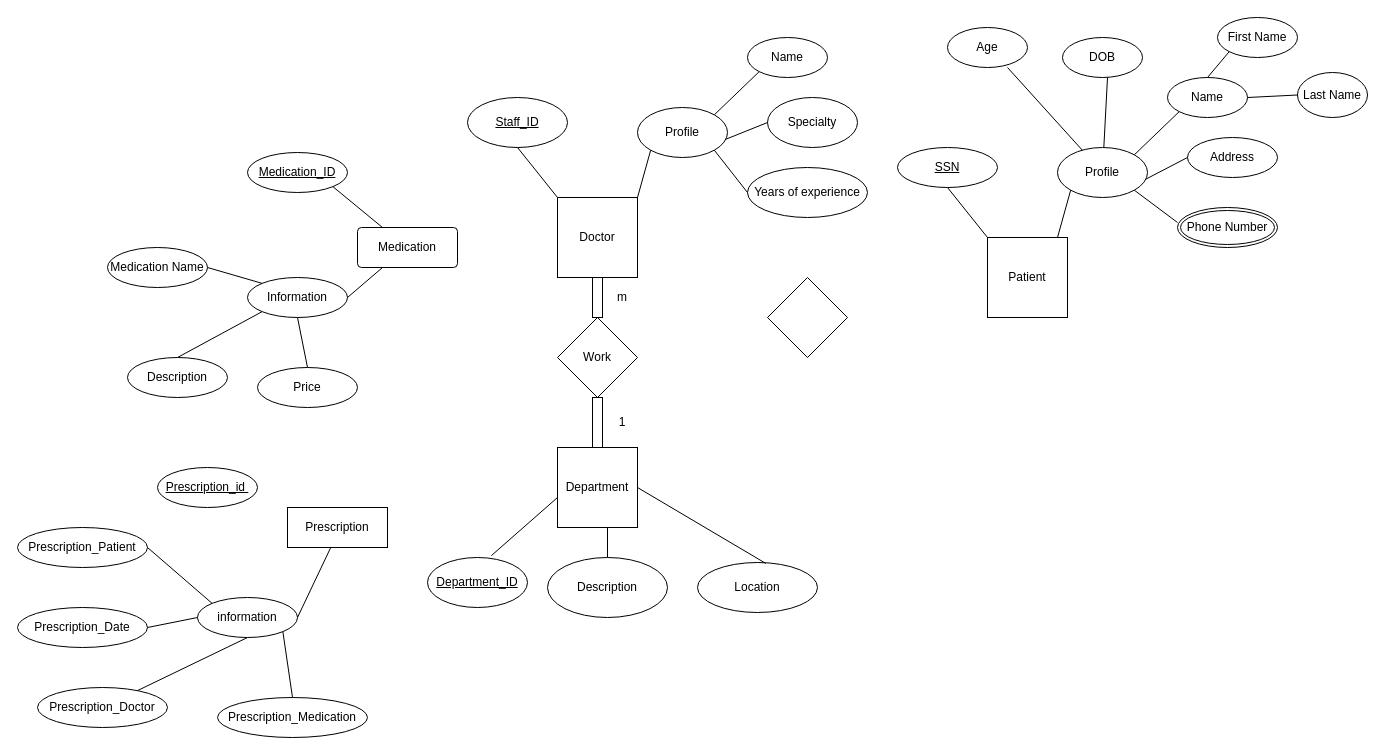
This is Untitled Diagram.drawio from yun-2000/yun-2000, a draw.io file, before an edit. Source tidied: cells renumbered, new cells numbered last; positions are measured from the earlier drawing's top-left corner, leaving out a move shared by most shapes. Both pictures are drawn from the tidied source at 100%, with x=0, y=0 at pixel (17, 17).
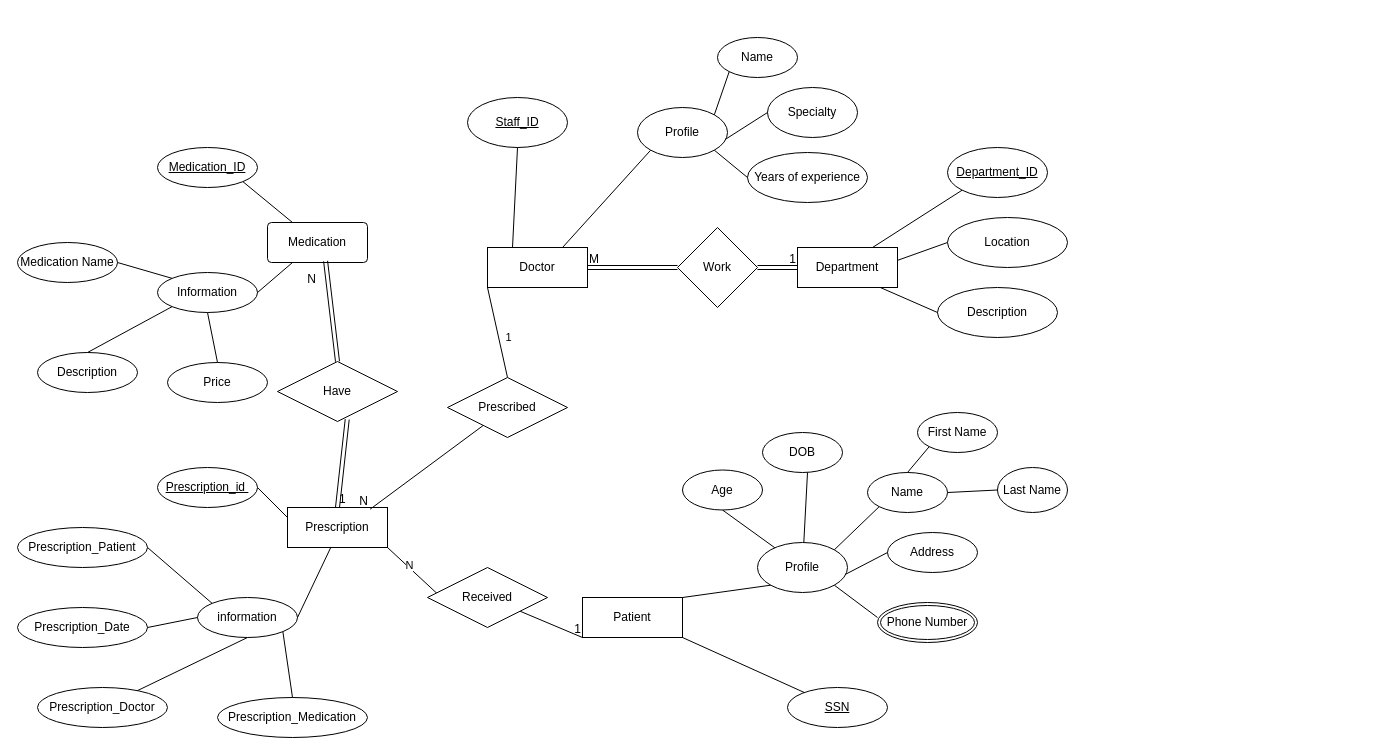
The same page after the edit.

The change refers to these unchanged cells:
```xml
<mxCell id="3" value="&lt;u&gt;Staff_ID&lt;/u&gt;" style="ellipse;whiteSpace=wrap;html=1;" parent="1" vertex="1">
  <mxGeometry x="450" y="80" width="100" height="50" as="geometry" />
</mxCell>
<mxCell id="4" value="Profile" style="ellipse;whiteSpace=wrap;html=1;" parent="1" vertex="1">
  <mxGeometry x="620" y="90" width="90" height="50" as="geometry" />
</mxCell>
<mxCell id="56" value="Prescription" style="whiteSpace=wrap;html=1;align=center;" parent="1" vertex="1">
  <mxGeometry x="270" y="490" width="100" height="40" as="geometry" />
</mxCell>
<mxCell id="57" value="&lt;u&gt;Prescription_id&amp;nbsp;&lt;/u&gt;" style="ellipse;whiteSpace=wrap;html=1;align=center;" parent="1" vertex="1">
  <mxGeometry x="140" y="450" width="100" height="40" as="geometry" />
</mxCell>
```

Change to the diagram source:
```diff
@@
-    <mxCell id="2" value="Doctor" style="whiteSpace=wrap;html=1;" parent="1" vertex="1">
-      <mxGeometry x="540" y="180" width="80" height="80" as="geometry" />
-    </mxCell>
@@
     <mxCell id="5" value="Name" style="ellipse;whiteSpace=wrap;html=1;" parent="1" vertex="1">
-      <mxGeometry x="730" y="20" width="80" height="40" as="geometry" />
+      <mxGeometry x="700" y="20" width="80" height="40" as="geometry" />
     </mxCell>
     <mxCell id="6" value="Specialty" style="ellipse;whiteSpace=wrap;html=1;" parent="1" vertex="1">
-      <mxGeometry x="750" y="80" width="90" height="50" as="geometry" />
+      <mxGeometry x="750" y="70" width="90" height="50" as="geometry" />
     </mxCell>
     <mxCell id="7" value="Years of experience" style="ellipse;whiteSpace=wrap;html=1;" parent="1" vertex="1">
-      <mxGeometry x="730" y="150" width="120" height="50" as="geometry" />
+      <mxGeometry x="730" y="135" width="120" height="50" as="geometry" />
     </mxCell>
@@
-    <mxCell id="11" style="endArrow=none;html=1;rounded=0;entryX=0;entryY=1;entryDx=0;entryDy=0;exitX=1;exitY=0;exitDx=0;exitDy=0;" parent="1" edge="1" source="2" target="4">
+    <mxCell id="11" style="endArrow=none;html=1;rounded=0;entryX=0;entryY=1;entryDx=0;entryDy=0;exitX=0.75;exitY=0;exitDx=0;exitDy=0;" parent="1" edge="1" source="2" target="4">
       <mxGeometry relative="1" as="geometry" />
     </mxCell>
-    <mxCell id="12" style="endArrow=none;html=1;rounded=0;entryX=0;entryY=0;entryDx=0;entryDy=0;exitX=0.5;exitY=1;exitDx=0;exitDy=0;" parent="1" edge="1" source="3" target="2">
+    <mxCell id="12" style="endArrow=none;html=1;rounded=0;entryX=0.25;entryY=0;entryDx=0;entryDy=0;exitX=0.5;exitY=1;exitDx=0;exitDy=0;" parent="1" edge="1" source="3" target="2">
       <mxGeometry relative="1" as="geometry" />
     </mxCell>
-    <mxCell id="13" value="Department" style="whiteSpace=wrap;html=1;" parent="1" vertex="1">
-      <mxGeometry x="540" y="430" width="80" height="80" as="geometry" />
-    </mxCell>
     <mxCell id="14" value="&lt;u&gt;Department_ID&lt;/u&gt;" style="ellipse;whiteSpace=wrap;html=1;" parent="1" vertex="1">
-      <mxGeometry x="410" y="540" width="100" height="50" as="geometry" />
+      <mxGeometry x="930" y="130" width="100" height="50" as="geometry" />
     </mxCell>
     <mxCell id="15" value="Description" style="ellipse;whiteSpace=wrap;html=1;" parent="1" vertex="1">
-      <mxGeometry x="530" y="540" width="120" height="60" as="geometry" />
+      <mxGeometry x="920" y="270" width="120" height="50" as="geometry" />
     </mxCell>
     <mxCell id="16" value="Location" style="ellipse;whiteSpace=wrap;html=1;" parent="1" vertex="1">
-      <mxGeometry x="680" y="545" width="120" height="50" as="geometry" />
+      <mxGeometry x="930" y="200" width="120" height="50" as="geometry" />
     </mxCell>
-    <mxCell id="17" style="endArrow=none;html=1;rounded=0;exitX=0.639;exitY=-0.038;exitDx=0;exitDy=0;exitPerimeter=0;" parent="1" edge="1" source="14">
-      <mxGeometry relative="1" as="geometry">
-        <mxPoint x="540" y="480" as="targetPoint" />
-      </mxGeometry>
+    <mxCell id="17" style="endArrow=none;html=1;rounded=0;exitX=0;exitY=1;exitDx=0;exitDy=0;entryX=0.75;entryY=0;entryDx=0;entryDy=0;" parent="1" edge="1" source="14" target="13">
+      <mxGeometry relative="1" as="geometry" />
     </mxCell>
-    <mxCell id="18" style="endArrow=none;html=1;rounded=0;entryX=0.569;entryY=0.018;entryDx=0;entryDy=0;entryPerimeter=0;" parent="1" edge="1" target="16">
+    <mxCell id="18" style="endArrow=none;html=1;rounded=0;entryX=0;entryY=0.5;entryDx=0;entryDy=0;exitX=1;exitY=0.5;exitDx=0;exitDy=0;" parent="1" edge="1" target="16">
       <mxGeometry relative="1" as="geometry">
-        <mxPoint x="620" y="470" as="sourcePoint" />
+        <mxPoint x="860" y="250" as="sourcePoint" />
       </mxGeometry>
     </mxCell>
-    <mxCell id="19" style="endArrow=none;html=1;rounded=0;exitX=0.5;exitY=0;exitDx=0;exitDy=0;" parent="1" edge="1" source="15">
-      <mxGeometry relative="1" as="geometry">
-        <mxPoint x="590" y="510" as="targetPoint" />
-      </mxGeometry>
+    <mxCell id="19" style="endArrow=none;html=1;rounded=0;exitX=0;exitY=0.5;exitDx=0;exitDy=0;entryX=0.826;entryY=0.998;entryDx=0;entryDy=0;entryPerimeter=0;" parent="1" edge="1" source="15" target="13">
+      <mxGeometry relative="1" as="geometry" />
     </mxCell>
-    <mxCell id="20" value="Work" style="rhombus;whiteSpace=wrap;html=1;" parent="1" vertex="1">
-      <mxGeometry x="540" y="300" width="80" height="80" as="geometry" />
-    </mxCell>
-    <mxCell id="21" style="html=1;perimeter=orthogonalPerimeter;targetShapes=umlLifeline;newEdgeStyle={&quot;curved&quot;:0,&quot;rounded&quot;:0};" parent="1" vertex="1">
-      <mxGeometry x="575" y="260" width="10" height="40" as="geometry" />
-    </mxCell>
-    <mxCell id="22" value="&lt;div&gt;m&lt;/div&gt;" style="text;html=1;align=center;verticalAlign=middle;whiteSpace=wrap;rounded=0;" parent="1" vertex="1">
-      <mxGeometry x="590" y="270" width="30" height="20" as="geometry" />
-    </mxCell>
-    <mxCell id="23" style="html=1;perimeter=orthogonalPerimeter;targetShapes=umlLifeline;newEdgeStyle={&quot;curved&quot;:0,&quot;rounded&quot;:0};" parent="1" vertex="1">
-      <mxGeometry x="575" y="380" width="10" height="50" as="geometry" />
-    </mxCell>
-    <mxCell id="24" value="1" style="text;html=1;align=center;verticalAlign=middle;whiteSpace=wrap;rounded=0;" parent="1" vertex="1">
-      <mxGeometry x="575" y="390" width="60" height="30" as="geometry" />
-    </mxCell>
-    <mxCell id="25" value="Patient" style="whiteSpace=wrap;html=1;" parent="1" vertex="1">
-      <mxGeometry x="970" y="220" width="80" height="80" as="geometry" />
-    </mxCell>
-    <mxCell id="26" style="rhombus;whiteSpace=wrap;html=1;" parent="1" vertex="1">
-      <mxGeometry x="750" y="260" width="80" height="80" as="geometry" />
-    </mxCell>
     <mxCell id="27" value="&lt;u&gt;SSN&lt;/u&gt;" style="ellipse;whiteSpace=wrap;html=1;" parent="1" vertex="1">
-      <mxGeometry x="880" y="130" width="100" height="40" as="geometry" />
+      <mxGeometry x="770" y="670" width="100" height="40" as="geometry" />
     </mxCell>
     <mxCell id="28" value="Profile" style="ellipse;whiteSpace=wrap;html=1;" parent="1" vertex="1">
-      <mxGeometry x="1040" y="130" width="90" height="50" as="geometry" />
+      <mxGeometry x="740" y="525" width="90" height="50" as="geometry" />
     </mxCell>
     <mxCell id="29" value="Name" style="ellipse;whiteSpace=wrap;html=1;" parent="1" vertex="1">
-      <mxGeometry x="1150" y="60" width="80" height="40" as="geometry" />
+      <mxGeometry x="850" y="455" width="80" height="40" as="geometry" />
     </mxCell>
     <mxCell id="30" value="Address" style="ellipse;whiteSpace=wrap;html=1;" parent="1" vertex="1">
-      <mxGeometry x="1170" y="120" width="90" height="40" as="geometry" />
+      <mxGeometry x="870" y="515" width="90" height="40" as="geometry" />
     </mxCell>
     <mxCell id="31" style="endArrow=none;html=1;rounded=0;exitX=0;exitY=0.5;exitDx=0;exitDy=0;entryX=1;entryY=1;entryDx=0;entryDy=0;" parent="1" edge="1" target="28">
       <mxGeometry relative="1" as="geometry">
-        <mxPoint x="1160" y="205" as="sourcePoint" />
+        <mxPoint x="860" y="600" as="sourcePoint" />
       </mxGeometry>
     </mxCell>
@@
-    <mxCell id="34" style="endArrow=none;html=1;rounded=0;entryX=0;entryY=1;entryDx=0;entryDy=0;exitX=1;exitY=0;exitDx=0;exitDy=0;" parent="1" edge="1" target="28">
-      <mxGeometry relative="1" as="geometry">
-        <mxPoint x="1040" y="220" as="sourcePoint" />
-      </mxGeometry>
+    <mxCell id="34" style="endArrow=none;html=1;rounded=0;entryX=0;entryY=1;entryDx=0;entryDy=0;exitX=1;exitY=0;exitDx=0;exitDy=0;" parent="1" edge="1" source="25" target="28">
+      <mxGeometry relative="1" as="geometry" />
     </mxCell>
-    <mxCell id="35" style="endArrow=none;html=1;rounded=0;entryX=0;entryY=0;entryDx=0;entryDy=0;exitX=0.5;exitY=1;exitDx=0;exitDy=0;" parent="1" edge="1" source="27">
-      <mxGeometry relative="1" as="geometry">
-        <mxPoint x="970" y="220" as="targetPoint" />
-      </mxGeometry>
+    <mxCell id="35" style="endArrow=none;html=1;rounded=0;exitX=1;exitY=1;exitDx=0;exitDy=0;" parent="1" edge="1" source="25" target="27">
+      <mxGeometry relative="1" as="geometry" />
     </mxCell>
     <mxCell id="36" value="First Name" style="ellipse;whiteSpace=wrap;html=1;" parent="1" vertex="1">
-      <mxGeometry x="1200" width="80" height="40" as="geometry" />
+      <mxGeometry x="900" y="395" width="80" height="40" as="geometry" />
     </mxCell>
     <mxCell id="37" value="Last Name" style="ellipse;whiteSpace=wrap;html=1;" parent="1" vertex="1">
-      <mxGeometry x="1280" y="55" width="70" height="45" as="geometry" />
+      <mxGeometry x="980" y="450" width="70" height="45" as="geometry" />
     </mxCell>
@@
     <mxCell id="40" value="Phone Number" style="ellipse;shape=doubleEllipse;margin=3;whiteSpace=wrap;html=1;align=center;" parent="1" vertex="1">
-      <mxGeometry x="1160" y="190" width="100" height="40" as="geometry" />
+      <mxGeometry x="860" y="585" width="100" height="40" as="geometry" />
     </mxCell>
     <mxCell id="41" value="Age" style="ellipse;whiteSpace=wrap;html=1;align=center;" parent="1" vertex="1">
-      <mxGeometry x="930" y="10" width="80" height="40" as="geometry" />
+      <mxGeometry x="665" y="452.5" width="80" height="40" as="geometry" />
     </mxCell>
     <mxCell id="42" value="DOB" style="ellipse;whiteSpace=wrap;html=1;align=center;" parent="1" vertex="1">
-      <mxGeometry x="1045" y="20" width="80" height="40" as="geometry" />
+      <mxGeometry x="745" y="415" width="80" height="40" as="geometry" />
     </mxCell>
     <mxCell id="43" style="endArrow=none;html=1;rounded=0;" parent="1" edge="1" source="28">
       <mxGeometry relative="1" as="geometry">
-        <mxPoint x="1090" y="60" as="targetPoint" />
+        <mxPoint x="790" y="455" as="targetPoint" />
       </mxGeometry>
     </mxCell>
-    <mxCell id="44" style="endArrow=none;html=1;rounded=0;" parent="1" edge="1" source="28">
-      <mxGeometry relative="1" as="geometry">
-        <mxPoint x="990" y="50" as="targetPoint" />
-      </mxGeometry>
+    <mxCell id="44" style="endArrow=none;html=1;rounded=0;entryX=0.5;entryY=1;entryDx=0;entryDy=0;" parent="1" edge="1" source="28" target="41">
+      <mxGeometry relative="1" as="geometry" />
     </mxCell>
     <mxCell id="45" value="Medication" style="rounded=1;arcSize=10;whiteSpace=wrap;html=1;align=center;" parent="1" vertex="1">
-      <mxGeometry x="340" y="210" width="100" height="40" as="geometry" />
+      <mxGeometry x="250" y="205" width="100" height="40" as="geometry" />
     </mxCell>
     <mxCell id="46" value="Medication_ID" style="ellipse;whiteSpace=wrap;html=1;align=center;fontStyle=4;" parent="1" vertex="1">
-      <mxGeometry x="230" y="135" width="100" height="40" as="geometry" />
+      <mxGeometry x="140" y="130" width="100" height="40" as="geometry" />
     </mxCell>
     <mxCell id="47" value="Information" style="ellipse;whiteSpace=wrap;html=1;align=center;" parent="1" vertex="1">
-      <mxGeometry x="230" y="260" width="100" height="40" as="geometry" />
+      <mxGeometry x="140" y="255" width="100" height="40" as="geometry" />
     </mxCell>
     <mxCell id="48" value="Medication Name" style="ellipse;whiteSpace=wrap;html=1;align=center;" parent="1" vertex="1">
-      <mxGeometry x="90" y="230" width="100" height="40" as="geometry" />
+      <mxGeometry y="225" width="100" height="40" as="geometry" />
     </mxCell>
     <mxCell id="49" value="Description" style="ellipse;whiteSpace=wrap;html=1;align=center;" parent="1" vertex="1">
-      <mxGeometry x="110" y="340" width="100" height="40" as="geometry" />
+      <mxGeometry x="20" y="335" width="100" height="40" as="geometry" />
     </mxCell>
     <mxCell id="50" value="Price" style="ellipse;whiteSpace=wrap;html=1;align=center;" parent="1" vertex="1">
-      <mxGeometry x="240" y="350" width="100" height="40" as="geometry" />
+      <mxGeometry x="150" y="345" width="100" height="40" as="geometry" />
     </mxCell>
     <mxCell id="51" style="endArrow=none;html=1;rounded=0;entryX=0;entryY=0;entryDx=0;entryDy=0;" parent="1" edge="1" target="47">
       <mxGeometry relative="1" as="geometry">
-        <mxPoint x="190" y="250" as="sourcePoint" />
+        <mxPoint x="100" y="245" as="sourcePoint" />
       </mxGeometry>
     </mxCell>
@@
+    <mxCell id="68" style="endArrow=none;html=1;rounded=0;entryX=0;entryY=0.25;entryDx=0;entryDy=0;exitX=1;exitY=0.5;exitDx=0;exitDy=0;" parent="1" edge="1" source="57" target="56">
+      <mxGeometry relative="1" as="geometry" />
+    </mxCell>
+    <mxCell id="69" style="shape=link;html=1;rounded=0;" parent="1" edge="1" source="20">
+      <mxGeometry relative="1" as="geometry">
+        <mxPoint x="780" y="250" as="targetPoint" />
+      </mxGeometry>
+    </mxCell>
+    <mxCell id="70" value="1" style="html=1;whiteSpace=wrap;align=right;verticalAlign=bottom;" parent="69" vertex="1">
+      <mxGeometry x="1" relative="1" as="geometry" />
+    </mxCell>
+    <mxCell id="71" style="shape=link;html=1;rounded=0;exitX=1;exitY=0.5;exitDx=0;exitDy=0;" parent="1" edge="1" source="2" target="20">
+      <mxGeometry relative="1" as="geometry" />
+    </mxCell>
+    <mxCell id="72" value="M" style="html=1;whiteSpace=wrap;align=left;verticalAlign=bottom;" parent="71" vertex="1">
+      <mxGeometry x="-1" relative="1" as="geometry" />
+    </mxCell>
+    <mxCell id="20" value="Work" style="rhombus;whiteSpace=wrap;html=1;" parent="1" vertex="1">
+      <mxGeometry x="660" y="210" width="80" height="80" as="geometry" />
+    </mxCell>
+    <mxCell id="25" value="Patient" style="whiteSpace=wrap;html=1;align=center;" parent="1" vertex="1">
+      <mxGeometry x="565" y="580" width="100" height="40" as="geometry" />
+    </mxCell>
+    <mxCell id="73" style="endArrow=none;html=1;rounded=0;entryX=0;entryY=1;entryDx=0;entryDy=0;" parent="1" edge="1" source="77" target="25">
+      <mxGeometry relative="1" as="geometry" />
+    </mxCell>
+    <mxCell id="74" value="1" style="html=1;whiteSpace=wrap;align=right;verticalAlign=bottom;" parent="73" vertex="1">
+      <mxGeometry x="1" relative="1" as="geometry" />
+    </mxCell>
+    <mxCell id="75" style="endArrow=none;html=1;rounded=0;entryX=0;entryY=1;entryDx=0;entryDy=0;" parent="1" edge="1" target="77">
+      <mxGeometry relative="1" as="geometry">
+        <mxPoint x="370" y="530" as="sourcePoint" />
+      </mxGeometry>
+    </mxCell>
+    <mxCell id="76" value="N" style="edgeLabel;html=1;align=center;verticalAlign=middle;" parent="75" vertex="1">
+      <mxGeometry x="-0.41" y="2" relative="1" as="geometry" />
+    </mxCell>
+    <mxCell id="77" value="Received" style="shape=rhombus;perimeter=rhombusPerimeter;whiteSpace=wrap;html=1;align=center;" parent="1" vertex="1">
+      <mxGeometry x="410" y="550" width="120" height="60" as="geometry" />
+    </mxCell>
+    <mxCell id="2" value="Doctor" style="whiteSpace=wrap;html=1;align=center;" parent="1" vertex="1">
+      <mxGeometry x="470" y="230" width="100" height="40" as="geometry" />
+    </mxCell>
+    <mxCell id="13" value="Department" style="whiteSpace=wrap;html=1;align=center;" parent="1" vertex="1">
+      <mxGeometry x="780" y="230" width="100" height="40" as="geometry" />
+    </mxCell>
+    <mxCell id="78" style="endArrow=none;html=1;rounded=0;entryX=0.826;entryY=0.043;entryDx=0;entryDy=0;entryPerimeter=0;" parent="1" edge="1" source="82" target="56">
+      <mxGeometry relative="1" as="geometry" />
+    </mxCell>
+    <mxCell id="79" value="N" style="html=1;whiteSpace=wrap;align=right;verticalAlign=bottom;" parent="78" vertex="1">
+      <mxGeometry x="1" relative="1" as="geometry" />
+    </mxCell>
+    <mxCell id="80" style="endArrow=none;html=1;rounded=0;entryX=0.5;entryY=0;entryDx=0;entryDy=0;" parent="1" edge="1" target="82">
+      <mxGeometry relative="1" as="geometry">
+        <mxPoint x="470" y="270" as="sourcePoint" />
+      </mxGeometry>
+    </mxCell>
+    <mxCell id="81" value="1" style="edgeLabel;html=1;align=center;verticalAlign=middle;" parent="80" vertex="1">
+      <mxGeometry x="-0.89" y="2" relative="1" as="geometry">
+        <mxPoint x="17" y="45" as="offset" />
+      </mxGeometry>
+    </mxCell>
+    <mxCell id="82" value="Prescribed" style="shape=rhombus;perimeter=rhombusPerimeter;whiteSpace=wrap;html=1;align=center;" parent="1" vertex="1">
+      <mxGeometry x="430" y="360" width="120" height="60" as="geometry" />
+    </mxCell>
+    <mxCell id="83" style="shape=link;html=1;rounded=0;entryX=0.581;entryY=0.964;entryDx=0;entryDy=0;entryPerimeter=0;exitX=0.5;exitY=0;exitDx=0;exitDy=0;" parent="1" edge="1" source="87" target="45">
+      <mxGeometry relative="1" as="geometry" />
+    </mxCell>
+    <mxCell id="84" value="N" style="html=1;whiteSpace=wrap;align=right;verticalAlign=bottom;" parent="83" vertex="1">
+      <mxGeometry x="1" relative="1" as="geometry">
+        <mxPoint x="-8" y="26" as="offset" />
+      </mxGeometry>
+    </mxCell>
+    <mxCell id="85" style="shape=link;html=1;rounded=0;entryX=0.581;entryY=0.964;entryDx=0;entryDy=0;entryPerimeter=0;exitX=0.5;exitY=0;exitDx=0;exitDy=0;" parent="1" edge="1" source="56" target="87">
+      <mxGeometry relative="1" as="geometry" />
+    </mxCell>
+    <mxCell id="86" value="1" style="html=1;whiteSpace=wrap;align=left;verticalAlign=bottom;" parent="85" vertex="1">
+      <mxGeometry x="-1" relative="1" as="geometry" />
+    </mxCell>
+    <mxCell id="87" value="Have" style="shape=rhombus;perimeter=rhombusPerimeter;whiteSpace=wrap;html=1;align=center;" parent="1" vertex="1">
+      <mxGeometry x="260" y="344" width="120" height="60" as="geometry" />
+    </mxCell>
```
